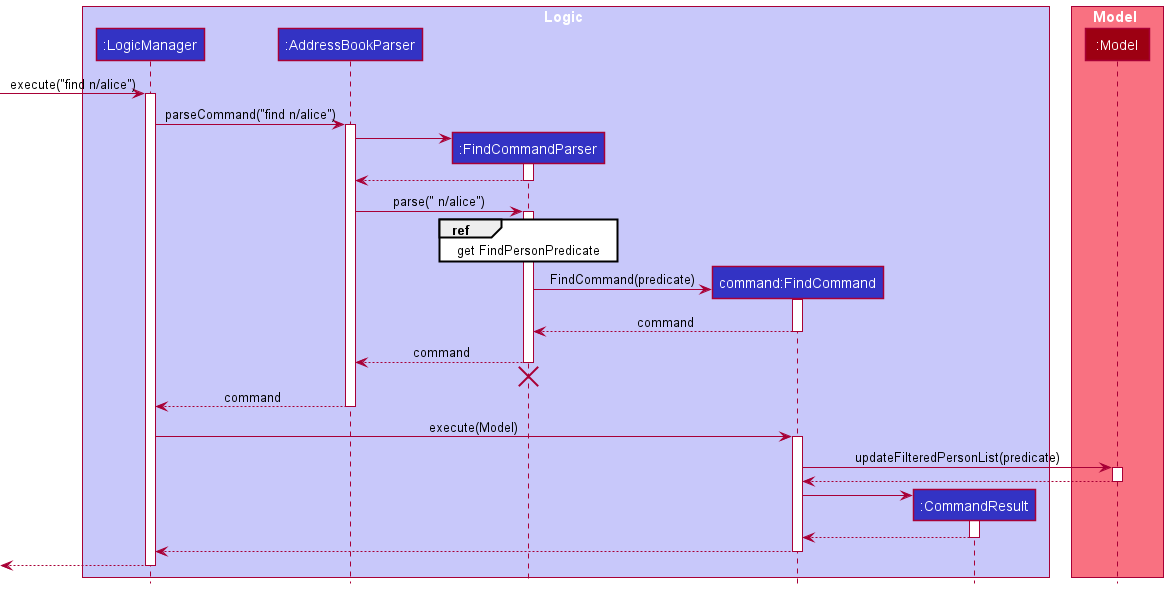
The PlantUML diagram docs/images/FindSequenceDiagram.png in tandeshao/tp, before a commit.
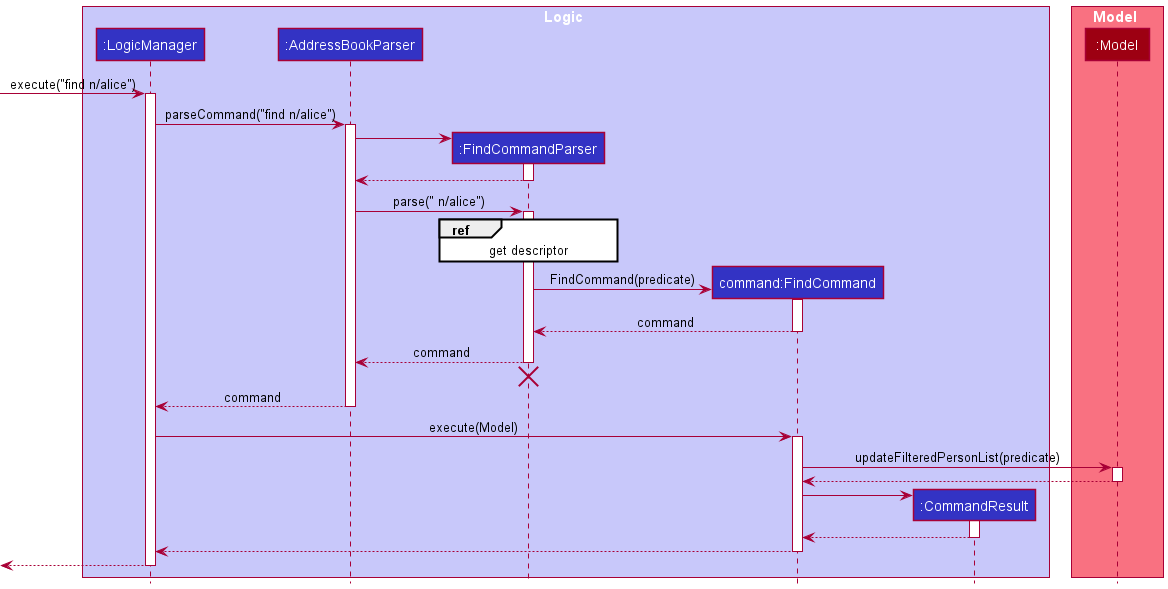
After the commit.

Change to the diagram source:
```diff
@@ -31,7 +31,7 @@
 AddressBookParser -> FindCommandParser : parse(" n/alice")
 activate FindCommandParser
 
-ref over FindCommandParser : get FindPersonPredicate
+ref over FindCommandParser : get descriptor
 
 create FindCommand
 FindCommandParser -> FindCommand : FindCommand(predicate)
```
